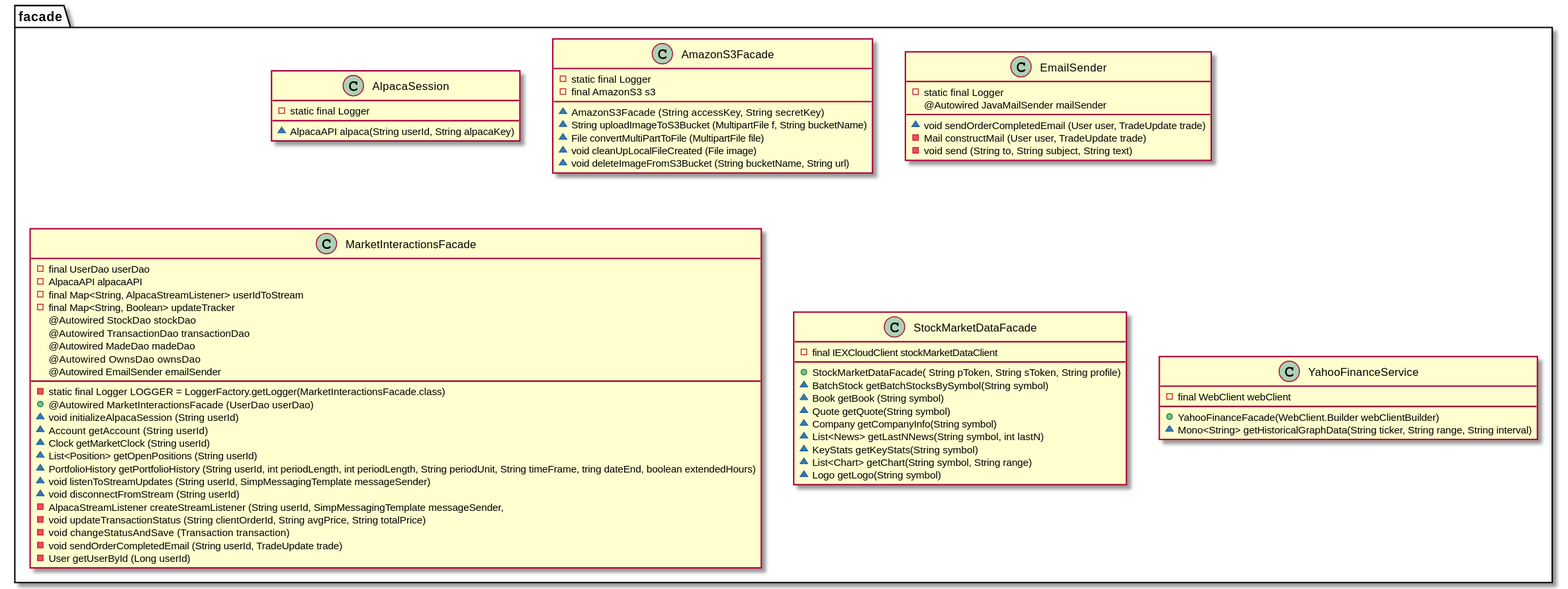
Above: backend/diagram/output/backend/diagram/class/FacadePackage/FacadePackage.svg in DPigeon/Money-Tree (PlantUML), before the change. Source of this version:
```plantuml
@startuml

package facade {
     class AlpacaSession {
            -static final Logger
            ~AlpacaAPI alpaca(String userId, String alpacaKey)
     }
     class AmazonS3Facade {
            -static final Logger
            -final AmazonS3 s3
            ~AmazonS3Facade (String accessKey, String secretKey)
            ~String uploadImageToS3Bucket (MultipartFile f, String bucketName)
            ~File convertMultiPartToFile (MultipartFile file)
            ~void cleanUpLocalFileCreated (File image)
            ~void deleteImageFromS3Bucket (String bucketName, String url)
     }
     class EmailSender {
            -static final Logger
            @Autowired JavaMailSender mailSender
            ~void sendOrderCompletedEmail (User user, TradeUpdate trade)
            -Mail constructMail (User user, TradeUpdate trade)
            -void send (String to, String subject, String text)
     }
      class MarketInteractionsFacade {
            -static final Logger LOGGER = LoggerFactory.getLogger(MarketInteractionsFacade.class)
            -final UserDao userDao
            -AlpacaAPI alpacaAPI
            -final Map<String, AlpacaStreamListener> userIdToStream
            -final Map<String, Boolean> updateTracker
            @Autowired StockDao stockDao
            @Autowired TransactionDao transactionDao
            @Autowired MadeDao madeDao
            @Autowired OwnsDao ownsDao
            @Autowired EmailSender emailSender
            +@Autowired MarketInteractionsFacade (UserDao userDao)
            ~void initializeAlpacaSession (String userId)
            ~Account getAccount (String userId)
            ~Clock getMarketClock (String userId)
            ~List<Position> getOpenPositions (String userId)
            ~PortfolioHistory getPortfolioHistory (String userId, int periodLength, int periodLength, String periodUnit, String timeFrame, tring dateEnd, boolean extendedHours)
            ~void listenToStreamUpdates (String userId, SimpMessagingTemplate messageSender)
            ~void disconnectFromStream (String userId)
            -AlpacaStreamListener createStreamListener (String userId, SimpMessagingTemplate messageSender,
            -void updateTransactionStatus (String clientOrderId, String avgPrice, String totalPrice)
            -void changeStatusAndSave (Transaction transaction)
            -void sendOrderCompletedEmail (String userId, TradeUpdate trade)
            -User getUserById (Long userId)
          }

       class StockMarketDataFacade {
             -final IEXCloudClient stockMarketDataClient
             +StockMarketDataFacade( String pToken, String sToken, String profile)
             ~BatchStock getBatchStocksBySymbol(String symbol)
             ~Book getBook (String symbol)
             ~Quote getQuote(String symbol)
             ~Company getCompanyInfo(String symbol)
             ~List<News> getLastNNews(String symbol, int lastN)
             ~KeyStats getKeyStats(String symbol)
             ~List<Chart> getChart(String symbol, String range)
             ~Logo getLogo(String symbol)

          }

       class YahooFinanceService {
                -final WebClient webClient
                +YahooFinanceFacade(WebClient.Builder webClientBuilder)
                ~Mono<String> getHistoricalGraphData(String ticker, String range, String interval)
       }


}

@enduml
```
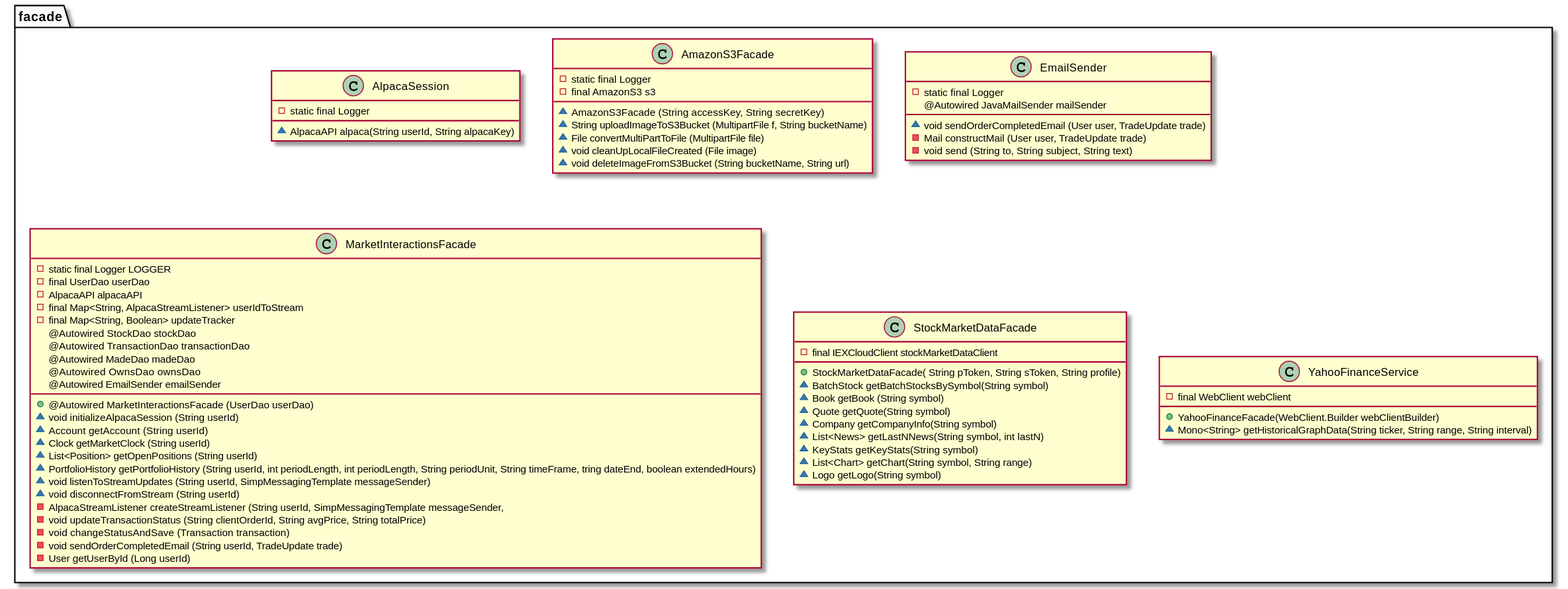
After the commit.

Change to the diagram source:
```diff
@@ -1,70 +1,70 @@
 @startuml
 
 package facade {
-     class AlpacaSession {
-            -static final Logger
-            ~AlpacaAPI alpaca(String userId, String alpacaKey)
-     }
-     class AmazonS3Facade {
-            -static final Logger
-            -final AmazonS3 s3
-            ~AmazonS3Facade (String accessKey, String secretKey)
-            ~String uploadImageToS3Bucket (MultipartFile f, String bucketName)
-            ~File convertMultiPartToFile (MultipartFile file)
-            ~void cleanUpLocalFileCreated (File image)
-            ~void deleteImageFromS3Bucket (String bucketName, String url)
-     }
-     class EmailSender {
-            -static final Logger
-            @Autowired JavaMailSender mailSender
-            ~void sendOrderCompletedEmail (User user, TradeUpdate trade)
-            -Mail constructMail (User user, TradeUpdate trade)
-            -void send (String to, String subject, String text)
-     }
-      class MarketInteractionsFacade {
-            -static final Logger LOGGER = LoggerFactory.getLogger(MarketInteractionsFacade.class)
-            -final UserDao userDao
-            -AlpacaAPI alpacaAPI
-            -final Map<String, AlpacaStreamListener> userIdToStream
-            -final Map<String, Boolean> updateTracker
-            @Autowired StockDao stockDao
-            @Autowired TransactionDao transactionDao
-            @Autowired MadeDao madeDao
-            @Autowired OwnsDao ownsDao
-            @Autowired EmailSender emailSender
-            +@Autowired MarketInteractionsFacade (UserDao userDao)
-            ~void initializeAlpacaSession (String userId)
-            ~Account getAccount (String userId)
-            ~Clock getMarketClock (String userId)
-            ~List<Position> getOpenPositions (String userId)
-            ~PortfolioHistory getPortfolioHistory (String userId, int periodLength, int periodLength, String periodUnit, String timeFrame, tring dateEnd, boolean extendedHours)
-            ~void listenToStreamUpdates (String userId, SimpMessagingTemplate messageSender)
-            ~void disconnectFromStream (String userId)
-            -AlpacaStreamListener createStreamListener (String userId, SimpMessagingTemplate messageSender,
-            -void updateTransactionStatus (String clientOrderId, String avgPrice, String totalPrice)
-            -void changeStatusAndSave (Transaction transaction)
-            -void sendOrderCompletedEmail (String userId, TradeUpdate trade)
-            -User getUserById (Long userId)
-          }
+       class AlpacaSession {
+              -static final Logger
+              ~AlpacaAPI alpaca(String userId, String alpacaKey)
+       }
+       class AmazonS3Facade {
+              -static final Logger
+              -final AmazonS3 s3
+              ~AmazonS3Facade (String accessKey, String secretKey)
+              ~String uploadImageToS3Bucket (MultipartFile f, String bucketName)
+              ~File convertMultiPartToFile (MultipartFile file)
+              ~void cleanUpLocalFileCreated (File image)
+              ~void deleteImageFromS3Bucket (String bucketName, String url)
+       }
+       class EmailSender {
+              -static final Logger
+              @Autowired JavaMailSender mailSender
+              ~void sendOrderCompletedEmail (User user, TradeUpdate trade)
+              -Mail constructMail (User user, TradeUpdate trade)
+              -void send (String to, String subject, String text)
+       }
+       class MarketInteractionsFacade {
+              -static final Logger LOGGER
+              -final UserDao userDao
+              -AlpacaAPI alpacaAPI
+              -final Map<String, AlpacaStreamListener> userIdToStream
+              -final Map<String, Boolean> updateTracker
+              @Autowired StockDao stockDao
+              @Autowired TransactionDao transactionDao
+              @Autowired MadeDao madeDao
+              @Autowired OwnsDao ownsDao
+              @Autowired EmailSender emailSender
+              +@Autowired MarketInteractionsFacade (UserDao userDao)
+              ~void initializeAlpacaSession (String userId)
+              ~Account getAccount (String userId)
+              ~Clock getMarketClock (String userId)
+              ~List<Position> getOpenPositions (String userId)
+              ~PortfolioHistory getPortfolioHistory (String userId, int periodLength, int periodLength, String periodUnit, String timeFrame, tring dateEnd, boolean extendedHours)
+              ~void listenToStreamUpdates (String userId, SimpMessagingTemplate messageSender)
+              ~void disconnectFromStream (String userId)
+              -AlpacaStreamListener createStreamListener (String userId, SimpMessagingTemplate messageSender,
+              -void updateTransactionStatus (String clientOrderId, String avgPrice, String totalPrice)
+              -void changeStatusAndSave (Transaction transaction)
+              -void sendOrderCompletedEmail (String userId, TradeUpdate trade)
+              -User getUserById (Long userId)
+       }
 
        class StockMarketDataFacade {
-             -final IEXCloudClient stockMarketDataClient
-             +StockMarketDataFacade( String pToken, String sToken, String profile)
-             ~BatchStock getBatchStocksBySymbol(String symbol)
-             ~Book getBook (String symbol)
-             ~Quote getQuote(String symbol)
-             ~Company getCompanyInfo(String symbol)
-             ~List<News> getLastNNews(String symbol, int lastN)
-             ~KeyStats getKeyStats(String symbol)
-             ~List<Chart> getChart(String symbol, String range)
-             ~Logo getLogo(String symbol)
+              -final IEXCloudClient stockMarketDataClient
+              +StockMarketDataFacade( String pToken, String sToken, String profile)
+              ~BatchStock getBatchStocksBySymbol(String symbol)
+              ~Book getBook (String symbol)
+              ~Quote getQuote(String symbol)
+              ~Company getCompanyInfo(String symbol)
+              ~List<News> getLastNNews(String symbol, int lastN)
+              ~KeyStats getKeyStats(String symbol)
+              ~List<Chart> getChart(String symbol, String range)
+              ~Logo getLogo(String symbol)
 
-          }
+       }
 
        class YahooFinanceService {
-                -final WebClient webClient
-                +YahooFinanceFacade(WebClient.Builder webClientBuilder)
-                ~Mono<String> getHistoricalGraphData(String ticker, String range, String interval)
+              -final WebClient webClient
+              +YahooFinanceFacade(WebClient.Builder webClientBuilder)
+              ~Mono<String> getHistoricalGraphData(String ticker, String range, String interval)
        }
 
 
```
